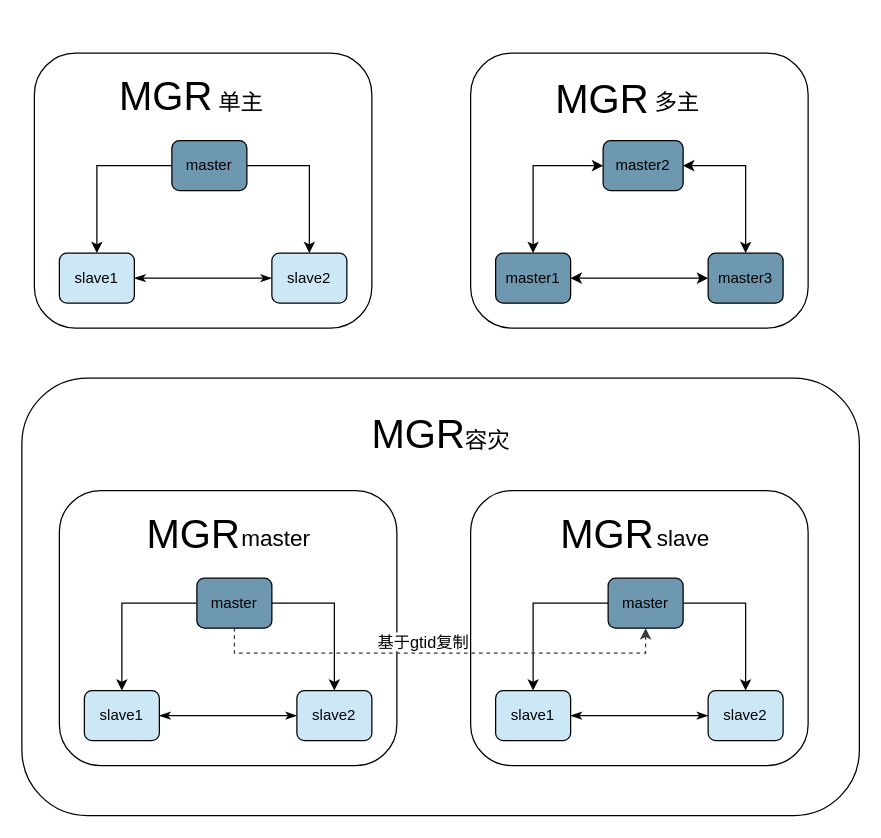
Earlier version of the draw.io diagram page "MySQL-MGR" (2 of 7) of dbscan/dbscan.drawio (maopashui/drawio). Source tidied: cells renumbered, new cells numbered last; positions are measured from the earlier drawing's top-left corner, leaving out a move shared by most shapes. Both pictures are drawn from the tidied source at 125%, with x=0, y=0 at pixel (21, 21).
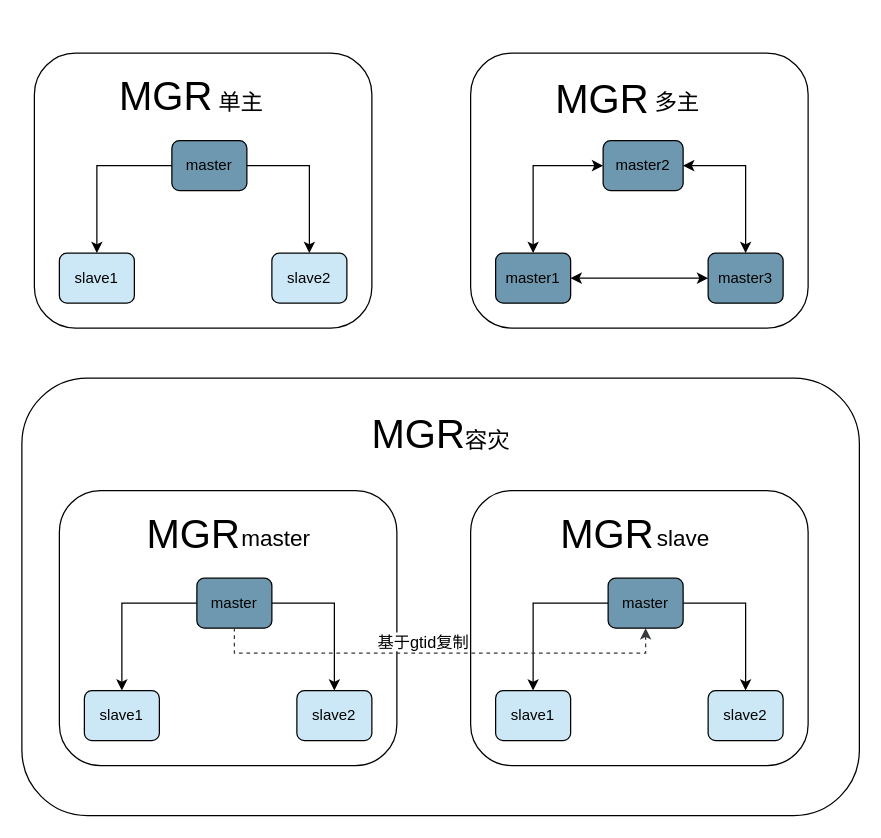
After the change.

The change refers to these unchanged cells:
```xml
<mxCell id="4" value="slave1" style="rounded=1;whiteSpace=wrap;html=1;glass=0;fillColor=#CCE8F6;" parent="1" vertex="1">
  <mxGeometry x="30" y="185" width="60" height="40" as="geometry" />
</mxCell>
<mxCell id="5" value="slave2" style="rounded=1;whiteSpace=wrap;html=1;glass=0;fillColor=#CCE8F6;" parent="1" vertex="1">
  <mxGeometry x="200" y="185" width="60" height="40" as="geometry" />
</mxCell>
<mxCell id="24" value="slave1" style="rounded=1;whiteSpace=wrap;html=1;glass=0;fillColor=#CCE8F6;" parent="1" vertex="1">
  <mxGeometry x="50" y="535" width="60" height="40" as="geometry" />
</mxCell>
<mxCell id="25" value="slave2" style="rounded=1;whiteSpace=wrap;html=1;glass=0;fillColor=#CCE8F6;" parent="1" vertex="1">
  <mxGeometry x="220" y="535" width="60" height="40" as="geometry" />
</mxCell>
<mxCell id="31" value="slave1" style="rounded=1;whiteSpace=wrap;html=1;glass=0;fillColor=#CCE8F6;" parent="1" vertex="1">
  <mxGeometry x="379" y="535" width="60" height="40" as="geometry" />
</mxCell>
<mxCell id="32" value="slave2" style="rounded=1;whiteSpace=wrap;html=1;glass=0;fillColor=#CCE8F6;" parent="1" vertex="1">
  <mxGeometry x="549" y="535" width="60" height="40" as="geometry" />
</mxCell>
```

Change to the diagram source:
```diff
@@
-    <mxCell id="3" style="edgeStyle=orthogonalEdgeStyle;rounded=0;jettySize=auto;html=1;entryX=0;entryY=0.5;entryDx=0;entryDy=0;fontSize=18;startArrow=classicThin;startFill=1;endArrow=classicThin;endFill=1;" parent="1" edge="1" source="4" target="5">
-      <mxGeometry relative="1" as="geometry" />
-    </mxCell>
@@
-    <mxCell id="23" style="edgeStyle=orthogonalEdgeStyle;rounded=0;jettySize=auto;html=1;entryX=0;entryY=0.5;entryDx=0;entryDy=0;fontSize=18;startArrow=classicThin;startFill=1;endArrow=classicThin;endFill=1;" parent="1" edge="1" source="24" target="25">
-      <mxGeometry relative="1" as="geometry" />
-    </mxCell>
@@
-    <mxCell id="30" style="edgeStyle=orthogonalEdgeStyle;rounded=0;jettySize=auto;html=1;fontSize=18;startArrow=classicThin;startFill=1;endArrow=classicThin;endFill=1;" parent="1" edge="1" source="31" target="32">
-      <mxGeometry relative="1" as="geometry" />
-    </mxCell>
```
